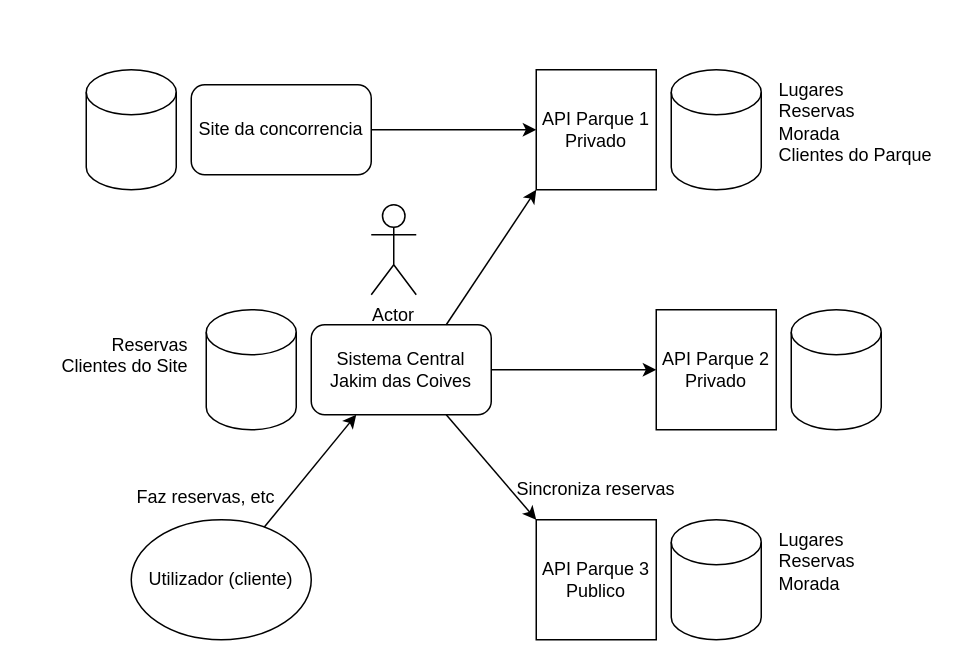
Earlier version of the draw.io diagram Documentos/Diagrama de APIs.drawio (UPskillDOTNET/Jakim-das-Coives-S.A.). Source tidied: cells renumbered, new cells numbered last; positions are measured from the earlier drawing's top-left corner, leaving out a move shared by most shapes. Both pictures are drawn from the tidied source at 150%, with x=0, y=0 at pixel (26, 69).
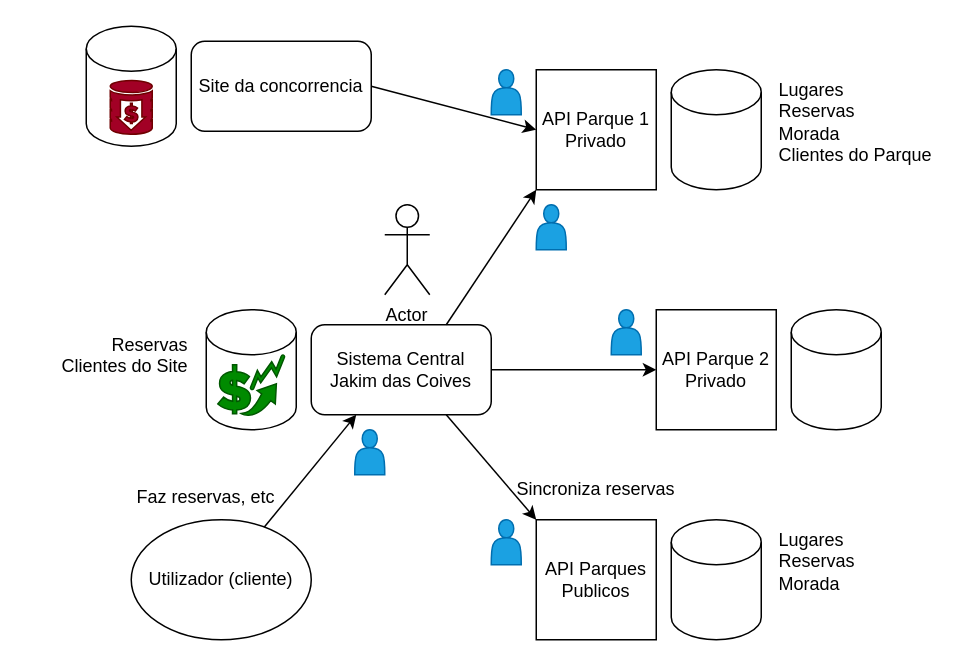
The same diagram, later.

Commit message (it also covers changes not shown here):
Lista casos de uso

Diff of the diagram source:
```diff
@@
-    <mxCell id="5" value="API Parque 3&lt;br&gt;Publico" style="whiteSpace=wrap;html=1;" parent="1" vertex="1">
+    <mxCell id="5" value="API Parques&lt;br&gt;Publicos" style="whiteSpace=wrap;html=1;" parent="1" vertex="1">
       <mxGeometry x="340" y="300" width="80" height="80" as="geometry" />
     </mxCell>
@@
     <mxCell id="16" value="Site da concorrencia" style="rounded=1;whiteSpace=wrap;html=1;" parent="1" vertex="1">
-      <mxGeometry x="110" y="10" width="120" height="60" as="geometry" />
+      <mxGeometry x="110" y="-19" width="120" height="60" as="geometry" />
     </mxCell>
@@
     <mxCell id="18" style="shape=cylinder3;whiteSpace=wrap;html=1;boundedLbl=1;backgroundOutline=1;size=15;align=left;" parent="1" vertex="1">
-      <mxGeometry x="40" width="60" height="80" as="geometry" />
+      <mxGeometry x="40" y="-29" width="60" height="80" as="geometry" />
     </mxCell>
     <mxCell id="19" value="Actor" style="shape=umlActor;verticalLabelPosition=bottom;verticalAlign=top;html=1;align=right;" parent="1" vertex="1">
-      <mxGeometry x="230" y="90" width="30" height="60" as="geometry" />
+      <mxGeometry x="239" y="90" width="30" height="60" as="geometry" />
     </mxCell>
@@
+    <mxCell id="24" style="shape=actor;whiteSpace=wrap;html=1;fillColor=#1ba1e2;strokeColor=#006EAF;fontColor=#ffffff;" parent="1" vertex="1">
+      <mxGeometry x="340" y="90" width="20" height="30" as="geometry" />
+    </mxCell>
+    <mxCell id="25" style="shape=actor;whiteSpace=wrap;html=1;fillColor=#1ba1e2;strokeColor=#006EAF;fontColor=#ffffff;" parent="1" vertex="1">
+      <mxGeometry x="390" y="160" width="20" height="30" as="geometry" />
+    </mxCell>
+    <mxCell id="26" style="shape=actor;whiteSpace=wrap;html=1;fillColor=#1ba1e2;strokeColor=#006EAF;fontColor=#ffffff;" parent="1" vertex="1">
+      <mxGeometry x="310" y="300" width="20" height="30" as="geometry" />
+    </mxCell>
+    <mxCell id="27" style="shape=actor;whiteSpace=wrap;html=1;fillColor=#1ba1e2;strokeColor=#006EAF;fontColor=#ffffff;" parent="1" vertex="1">
+      <mxGeometry x="219" y="240" width="20" height="30" as="geometry" />
+    </mxCell>
+    <mxCell id="28" style="shape=actor;whiteSpace=wrap;html=1;fillColor=#1ba1e2;strokeColor=#006EAF;fontColor=#ffffff;" parent="1" vertex="1">
+      <mxGeometry x="310" width="20" height="30" as="geometry" />
+    </mxCell>
+    <mxCell id="29" style="html=1;strokeColor=#005700;shadow=0;align=center;verticalAlign=top;fillColor=#008a00;shape=mxgraph.gcp2.increase_cost_arrows;fontColor=#ffffff;" parent="1" vertex="1">
+      <mxGeometry x="127.7" y="190" width="44.6" height="41" as="geometry" />
+    </mxCell>
+    <mxCell id="30" style="html=1;strokeColor=#6F0000;shadow=0;align=center;verticalAlign=top;fillColor=#a20025;shape=mxgraph.gcp2.data_storage_cost;fontColor=#ffffff;" parent="1" vertex="1">
+      <mxGeometry x="56" y="7.1" width="28" height="35.9" as="geometry" />
+    </mxCell>
```
